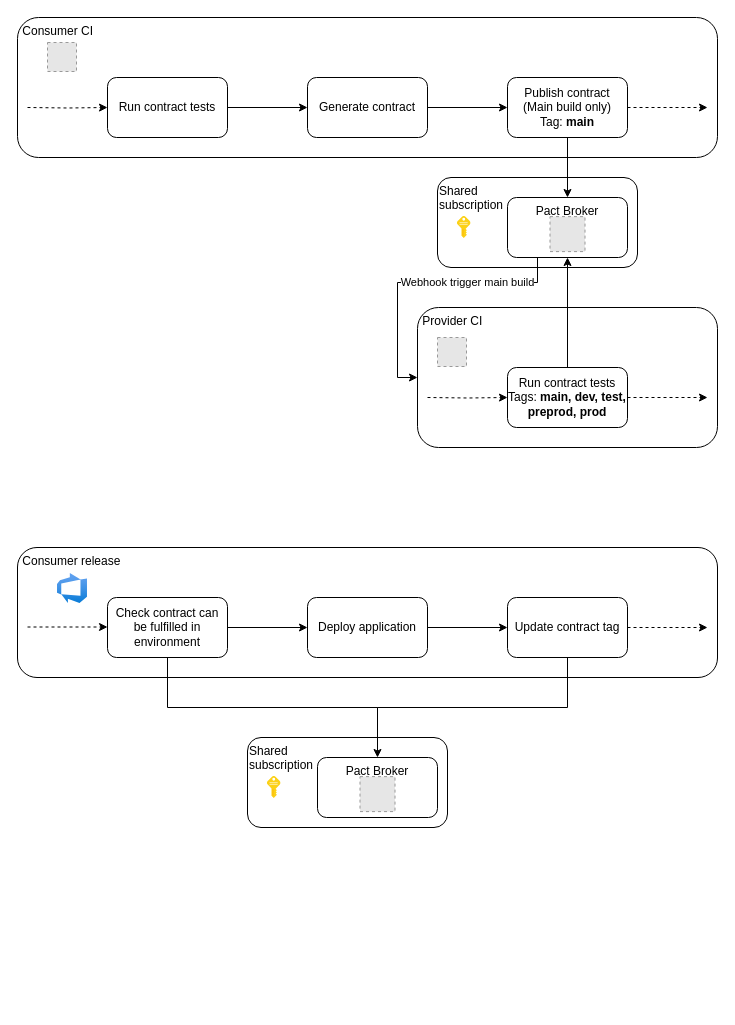
Above: contract-testing.drawio in johnwatson484/diagrams (draw.io), before the change. Source tidied: cells renumbered, new cells numbered last; positions are measured from the earlier drawing's top-left corner, leaving out a move shared by most shapes. Both pictures are drawn from the tidied source at 100%, with x=0, y=0 at pixel (17, 17). Pictures stored in the file or linked from it are replaced by grey dashed boxes.
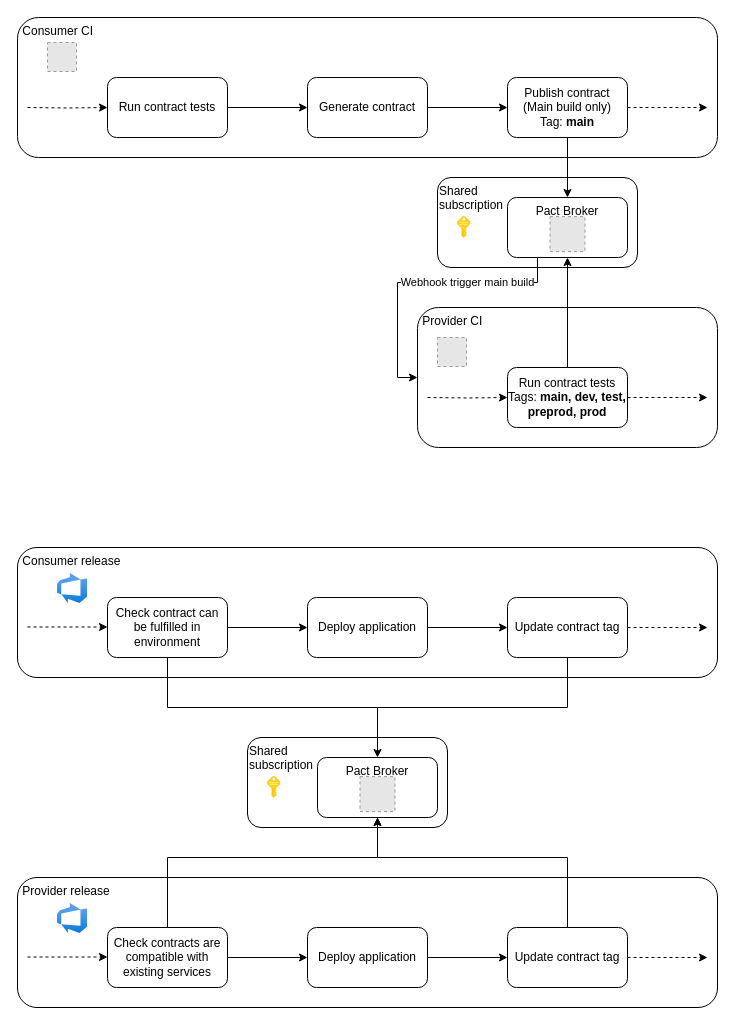
After the change.

The change refers to these unchanged cells:
```xml
<mxCell id="34" value="Pact Broker" style="rounded=1;whiteSpace=wrap;html=1;verticalAlign=top;" parent="1" vertex="1">
  <mxGeometry x="300" y="740" width="120" height="60" as="geometry" />
</mxCell>
```

What changed in the source:
```diff
@@
+    <mxCell id="38" value="&amp;nbsp;Provider release" style="rounded=1;whiteSpace=wrap;html=1;verticalAlign=top;align=left;" parent="1" vertex="1">
+      <mxGeometry y="860" width="700" height="130" as="geometry" />
+    </mxCell>
+    <mxCell id="39" style="edgeStyle=orthogonalEdgeStyle;rounded=0;jettySize=auto;html=1;" parent="1" edge="1" source="41" target="43">
+      <mxGeometry relative="1" as="geometry" />
+    </mxCell>
+    <mxCell id="40" style="edgeStyle=orthogonalEdgeStyle;rounded=0;jettySize=auto;html=1;entryX=0.5;entryY=1;entryDx=0;entryDy=0;exitX=0.5;exitY=0;exitDx=0;exitDy=0;" parent="1" edge="1" source="41" target="34">
+      <mxGeometry relative="1" as="geometry">
+        <Array as="points">
+          <mxPoint x="150" y="840" />
+          <mxPoint x="360" y="840" />
+        </Array>
+      </mxGeometry>
+    </mxCell>
+    <mxCell id="41" value="Check contracts are compatible with existing services" style="rounded=1;whiteSpace=wrap;html=1;" parent="1" vertex="1">
+      <mxGeometry x="90" y="910" width="120" height="60" as="geometry" />
+    </mxCell>
+    <mxCell id="42" style="edgeStyle=orthogonalEdgeStyle;rounded=0;jettySize=auto;html=1;" parent="1" edge="1" source="43" target="46">
+      <mxGeometry relative="1" as="geometry" />
+    </mxCell>
+    <mxCell id="43" value="Deploy application" style="rounded=1;whiteSpace=wrap;html=1;" parent="1" vertex="1">
+      <mxGeometry x="290" y="910" width="120" height="60" as="geometry" />
+    </mxCell>
+    <mxCell id="44" style="edgeStyle=orthogonalEdgeStyle;rounded=0;jettySize=auto;html=1;dashed=1;" parent="1" edge="1" source="46">
+      <mxGeometry relative="1" as="geometry">
+        <mxPoint x="690" y="940" as="targetPoint" />
+      </mxGeometry>
+    </mxCell>
+    <mxCell id="45" style="edgeStyle=orthogonalEdgeStyle;rounded=0;jettySize=auto;html=1;entryX=0.5;entryY=1;entryDx=0;entryDy=0;exitX=0.5;exitY=0;exitDx=0;exitDy=0;" parent="1" edge="1" source="46" target="34">
+      <mxGeometry relative="1" as="geometry">
+        <Array as="points">
+          <mxPoint x="550" y="840" />
+          <mxPoint x="360" y="840" />
+        </Array>
+      </mxGeometry>
+    </mxCell>
+    <mxCell id="46" value="Update contract tag" style="rounded=1;whiteSpace=wrap;html=1;" parent="1" vertex="1">
+      <mxGeometry x="490" y="910" width="120" height="60" as="geometry" />
+    </mxCell>
+    <mxCell id="47" style="edgeStyle=orthogonalEdgeStyle;rounded=0;orthogonalLoop=1;jettySize=auto;html=1;dashed=1;" parent="1" edge="1">
+      <mxGeometry relative="1" as="geometry">
+        <mxPoint x="10" y="939.5" as="sourcePoint" />
+        <mxPoint x="90" y="939.5" as="targetPoint" />
+      </mxGeometry>
+    </mxCell>
+    <mxCell id="48" style="html=1;align=center;image;fontSize=12;image=img/lib/azure2/devops/Azure_DevOps.svg;" parent="1" vertex="1">
+      <mxGeometry x="40" y="886" width="30" height="30" as="geometry" />
+    </mxCell>
```
